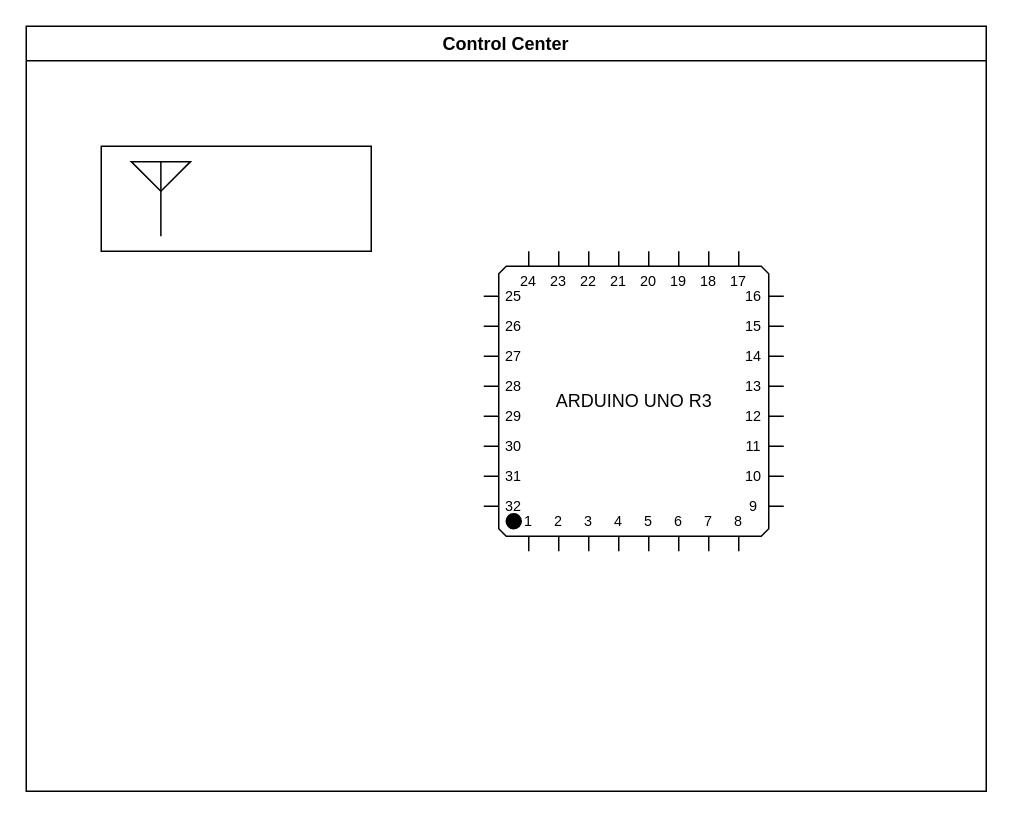
Above: control_center.drawio in DevPrinceK/final_project_architecture_design (draw.io), before the change. Source tidied: cells renumbered, new cells numbered last; positions are measured from the earlier drawing's top-left corner, leaving out a move shared by most shapes. Both pictures are drawn from the tidied source at 150%, with x=0, y=0 at pixel (26, 26).
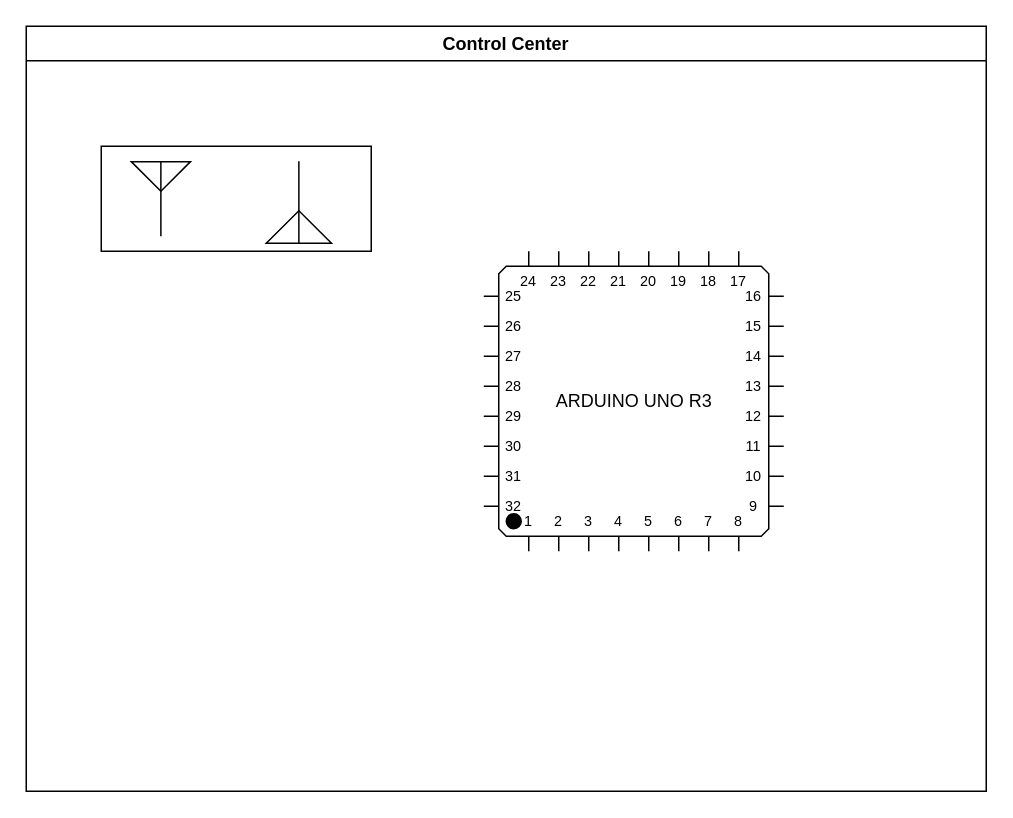
After the change.

Diff of the diagram source:
```diff
@@
 <mxGraphModel>
   <root>
     <mxCell id="0" />
     <mxCell id="1" parent="0" />
     <mxCell id="2" value="Control Center" style="swimlane;whiteSpace=wrap;html=1;" parent="1" vertex="1">
       <mxGeometry width="640" height="510" as="geometry" />
     </mxCell>
     <mxCell id="3" value="ARDUINO UNO R3" style="shadow=0;dashed=0;align=center;html=1;strokeWidth=1;shape=mxgraph.electrical.logic_gates.qfp_ic;labelNames=a,b,c,d,e,f,g,h,i,j,k,l,m,n,o,p,q,r,s,t,u,v,w,x,y,z,a1,b1,c1,d1,e1,f1,g1,h1,i1,j1,k1,l1,m1,n1;" parent="2" vertex="1">
       <mxGeometry x="305" y="150" width="200" height="200" as="geometry" />
     </mxCell>
     <mxCell id="4" style="rounded=0;whiteSpace=wrap;html=1;" parent="2" vertex="1">
       <mxGeometry x="50" y="80" width="180" height="70" as="geometry" />
     </mxCell>
     <mxCell id="5" style="verticalLabelPosition=bottom;shadow=0;dashed=0;align=center;html=1;verticalAlign=top;shape=mxgraph.electrical.radio.aerial_-_antenna_2;" parent="2" vertex="1">
       <mxGeometry x="70" y="90" width="39.5" height="50" as="geometry" />
     </mxCell>
+    <mxCell id="6" style="verticalLabelPosition=bottom;shadow=0;dashed=0;align=center;html=1;verticalAlign=top;shape=mxgraph.electrical.radio.aerial_-_antenna_2;direction=west;" parent="2" vertex="1">
+      <mxGeometry x="160" y="90" width="43.5" height="55" as="geometry" />
+    </mxCell>
   </root>
 </mxGraphModel>
```
